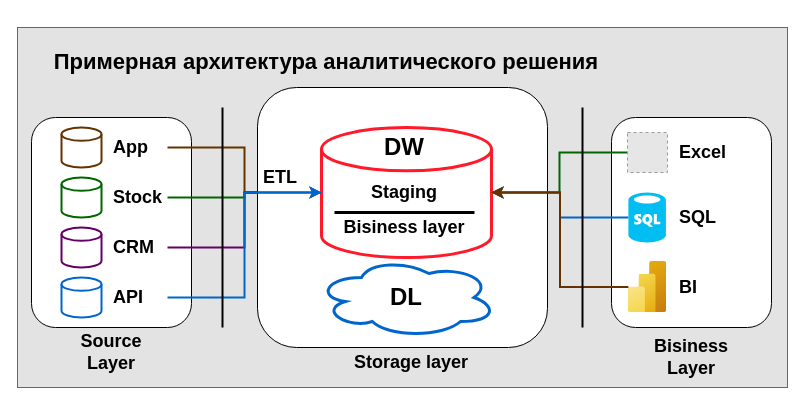
This is DE-101/Module1/Architecture of analytical solutions.drawio from f0rest-mAker/DataLearn, a draw.io file, before an edit. Source tidied: cells renumbered, new cells numbered last; positions are measured from the earlier drawing's top-left corner, leaving out a move shared by most shapes. Both pictures are drawn from the tidied source at 100%, with x=0, y=0 at pixel (17, 27). Pictures stored in the file or linked from it are replaced by grey dashed boxes.
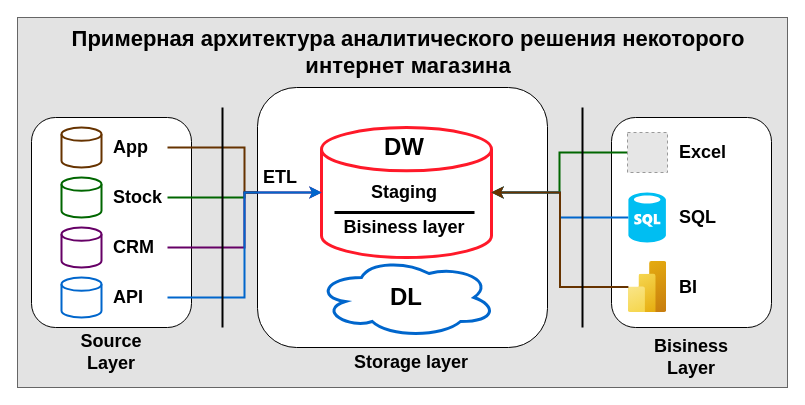
After the change.

What changed in the source:
```diff
@@
     <mxCell id="2" style="rounded=0;whiteSpace=wrap;html=1;fillColor=#E3E3E3;strokeColor=#666666;fontColor=#663300;" parent="1" vertex="1">
-      <mxGeometry width="770" height="360" as="geometry" />
+      <mxGeometry y="-10" width="770" height="370" as="geometry" />
     </mxCell>
@@
-    <mxCell id="8" value="&lt;font style=&quot;font-size: 22px;&quot;&gt;Примерная архитектура аналитического решения&lt;/font&gt;" style="text;html=1;align=center;verticalAlign=middle;whiteSpace=wrap;rounded=0;fontSize=22;fontStyle=1;" parent="1" vertex="1">
-      <mxGeometry x="34" y="20" width="550" height="30" as="geometry" />
+    <mxCell id="8" value="&lt;font style=&quot;font-size: 22px;&quot;&gt;Примерная архитектура аналитического решения некоторого интернет магазина&lt;/font&gt;" style="text;html=1;align=center;verticalAlign=middle;whiteSpace=wrap;rounded=0;fontSize=22;fontStyle=1;" parent="1" vertex="1">
+      <mxGeometry x="33" width="716" height="50" as="geometry" />
     </mxCell>
```
